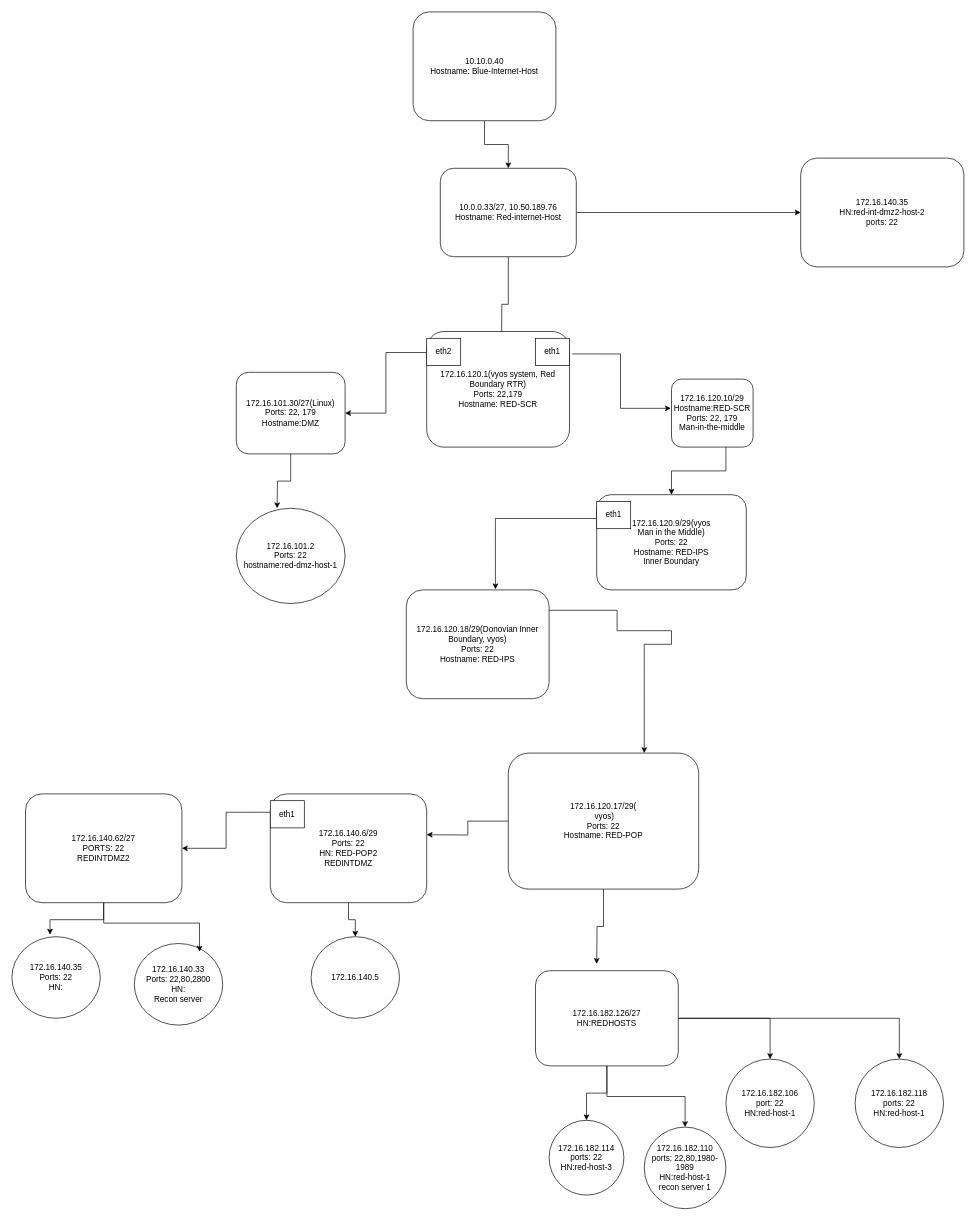
Swordstone583/NetworkMap keeps this draw.io diagram as NetworkMap.drawio. Above is the earlier version. Source tidied: cells renumbered, new cells numbered last; positions are measured from the earlier drawing's top-left corner, leaving out a move shared by most shapes. Both pictures are drawn from the tidied source at 68%, with x=0, y=0 at pixel (12, 12).
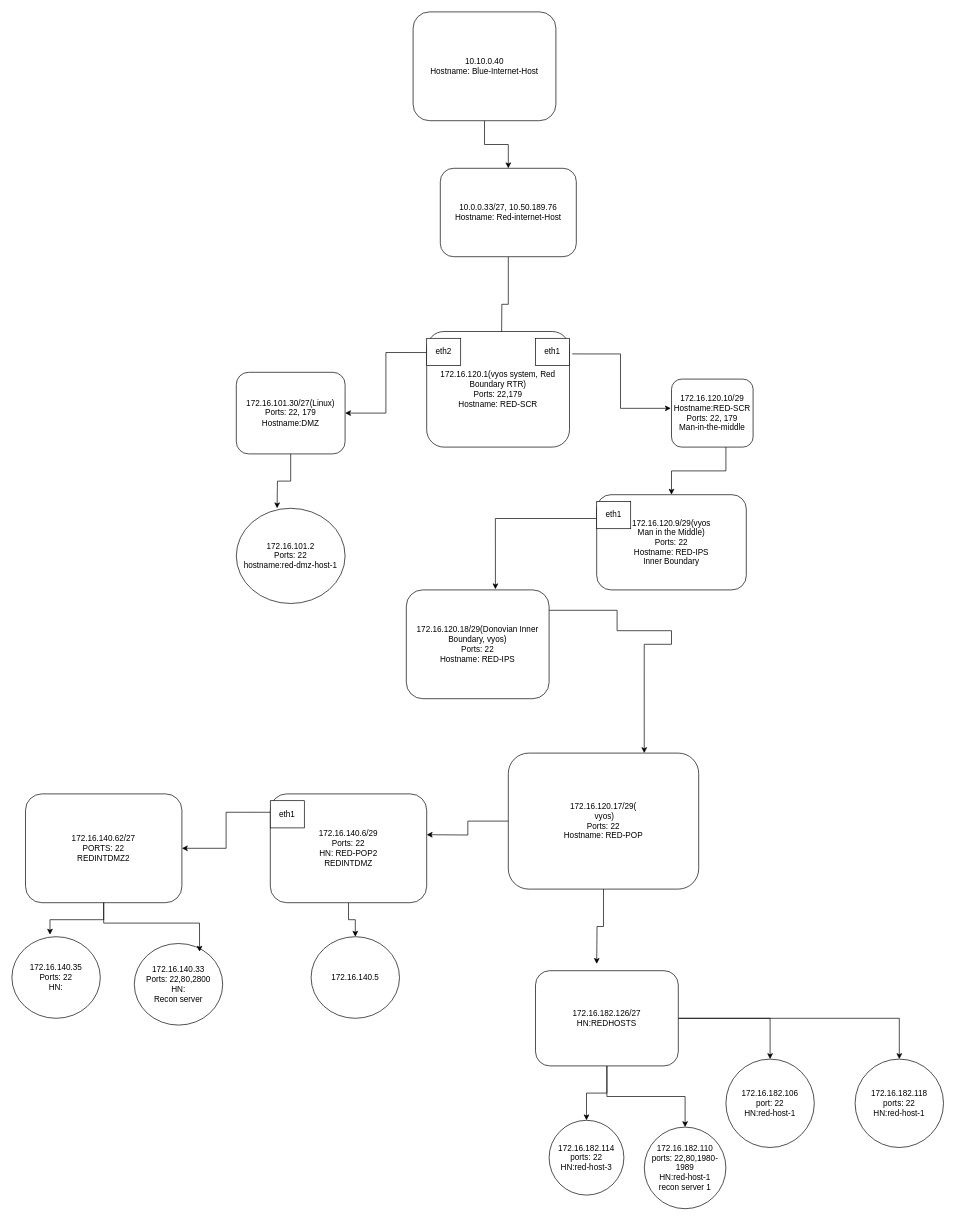
After the change.

Unchanged cells that the change refers to:
```xml
<mxCell id="6" value="10.0.0.33/27, 10.50.189.76&lt;div&gt;Hostname: Red-internet-Host&lt;/div&gt;" style="rounded=1;whiteSpace=wrap;html=1;" parent="1" vertex="1">
  <mxGeometry x="630" y="230" width="200" height="130" as="geometry" />
</mxCell>
```

The edit, as a diff of the source:
```diff
@@
-    <mxCell id="5" style="edgeStyle=orthogonalEdgeStyle;rounded=0;jettySize=auto;html=1;entryX=0;entryY=0.5;entryDx=0;entryDy=0;" parent="1" edge="1" source="6" target="44">
-      <mxGeometry relative="1" as="geometry" />
-    </mxCell>
@@
-    <mxCell id="44" value="172.16.140.35&lt;div&gt;HN:red-int-dmz2-host-2&lt;/div&gt;&lt;div&gt;ports: 22&lt;/div&gt;" style="rounded=1;whiteSpace=wrap;html=1;" parent="1" vertex="1">
-      <mxGeometry x="1160" y="215" width="240" height="160" as="geometry" />
-    </mxCell>
```
